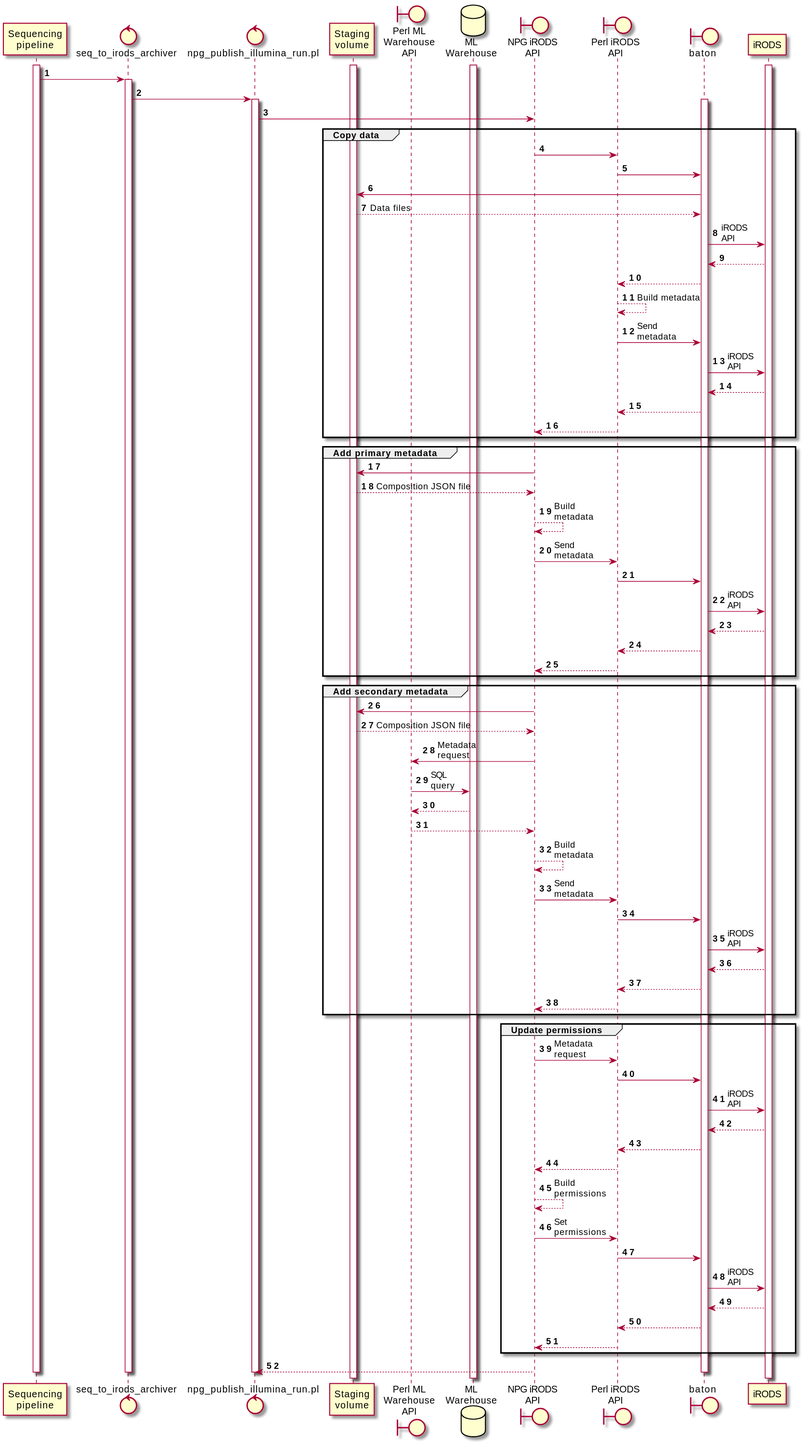
The PlantUML diagram doc/diagrams/publish_illumina_run.svg in wtsi-npg/npg_irods, before a commit.
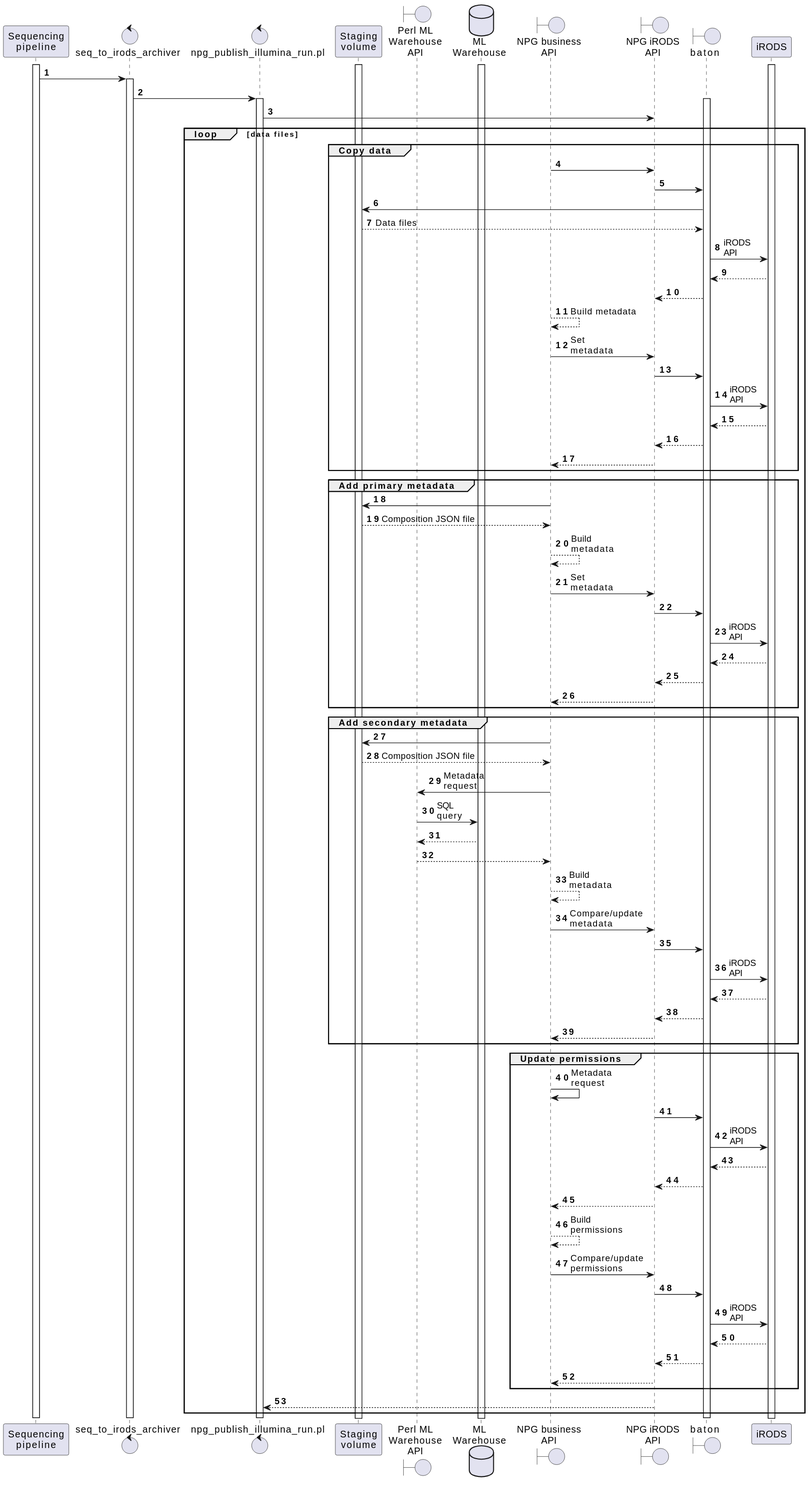
The same file after the commit.

Commit message:
Update iRODS publish sequence diagrams

Diff of the diagram source:
```diff
@@ -8,8 +8,8 @@
 participant "Staging\nvolume" as staging
 boundary "Perl ML\nWarehouse\nAPI" as perl_mlwh_api
 database "ML\nWarehouse" as mlwh
+boundary "NPG business\nAPI" as npg_business_api
 boundary "NPG iRODS\nAPI" as npg_irods_api
-boundary "Perl iRODS\nAPI" as perl_irods_api
 boundary "baton" as baton
 participant "iRODS" as irods
 
@@ -26,74 +26,82 @@
 
 publish_illumina_run -> npg_irods_api
 
+loop data files
+
 group Copy data
-npg_irods_api -> perl_irods_api
-perl_irods_api -> baton
+npg_business_api -> npg_irods_api
+npg_irods_api -> baton
 baton -> staging
 staging --> baton : Data files
 baton -> irods : iRODS\nAPI
 irods --> baton
-baton --> perl_irods_api
+baton --> npg_irods_api
 
-perl_irods_api --> perl_irods_api : Build metadata
-perl_irods_api -> baton : Send\nmetadata
+npg_business_api --> npg_business_api : Build metadata
+
+npg_business_api -> npg_irods_api : Set \nmetadata
+npg_irods_api -> baton
 baton -> irods : iRODS\nAPI
 irods --> baton
-baton --> perl_irods_api
-perl_irods_api --> npg_irods_api
+baton --> npg_irods_api
+npg_irods_api --> npg_business_api
 end
 
 group Add primary metadata
-npg_irods_api -> staging
-staging --> npg_irods_api : Composition JSON file
-npg_irods_api --> npg_irods_api : Build\nmetadata
-npg_irods_api -> perl_irods_api : Send\nmetadata
-perl_irods_api -> baton
+npg_business_api -> staging
+staging --> npg_business_api : Composition JSON file
+npg_business_api --> npg_business_api : Build\nmetadata
+
+npg_business_api -> npg_irods_api : Set\nmetadata
+npg_irods_api -> baton
 baton -> irods : iRODS\nAPI
 irods --> baton
-baton --> perl_irods_api
-perl_irods_api --> npg_irods_api
-end
+baton --> npg_irods_api
+npg_irods_api --> npg_business_api
+end group
 
 group Add secondary metadata
-npg_irods_api -> staging
-staging --> npg_irods_api : Composition JSON file
-npg_irods_api -> perl_mlwh_api : Metadata\nrequest
+npg_business_api -> staging
+staging --> npg_business_api : Composition JSON file
+npg_business_api -> perl_mlwh_api : Metadata\nrequest
 perl_mlwh_api -> mlwh : SQL\nquery
 mlwh --> perl_mlwh_api
-perl_mlwh_api --> npg_irods_api
+perl_mlwh_api --> npg_business_api
 
-npg_irods_api --> npg_irods_api : Build\nmetadata
-npg_irods_api -> perl_irods_api : Send\nmetadata
-perl_irods_api -> baton
+npg_business_api --> npg_business_api : Build\nmetadata
+
+npg_business_api -> npg_irods_api : Compare/update\nmetadata
+npg_irods_api -> baton
 baton -> irods : iRODS\nAPI
 irods --> baton
-baton --> perl_irods_api
-perl_irods_api --> npg_irods_api
-end
+baton --> npg_irods_api
+npg_irods_api --> npg_business_api
+end group
 
 group Update permissions
-npg_irods_api -> perl_irods_api : Metadata\nrequest
-perl_irods_api -> baton
+npg_business_api -> npg_business_api : Metadata\nrequest
+npg_irods_api -> baton
 baton -> irods : iRODS\nAPI
 irods --> baton
-baton --> perl_irods_api
-perl_irods_api --> npg_irods_api
+baton --> npg_irods_api
+npg_irods_api --> npg_business_api
 
-npg_irods_api --> npg_irods_api : Build\npermissions
-npg_irods_api -> perl_irods_api : Set\npermissions
-perl_irods_api -> baton
+npg_business_api --> npg_business_api : Build\npermissions
+
+npg_business_api -> npg_irods_api : Compare/update\npermissions
+npg_irods_api -> baton
 baton -> irods : iRODS\nAPI
 irods --> baton
-baton --> perl_irods_api
-perl_irods_api --> npg_irods_api
-end
+baton --> npg_irods_api
+npg_irods_api --> npg_business_api
+end group
 
 npg_irods_api --> publish_illumina_run
+
+end
 
 deactivate baton
 deactivate publish_illumina_run
 deactivate archiver
 deactivate seqpipe
-
 @enduml
```
